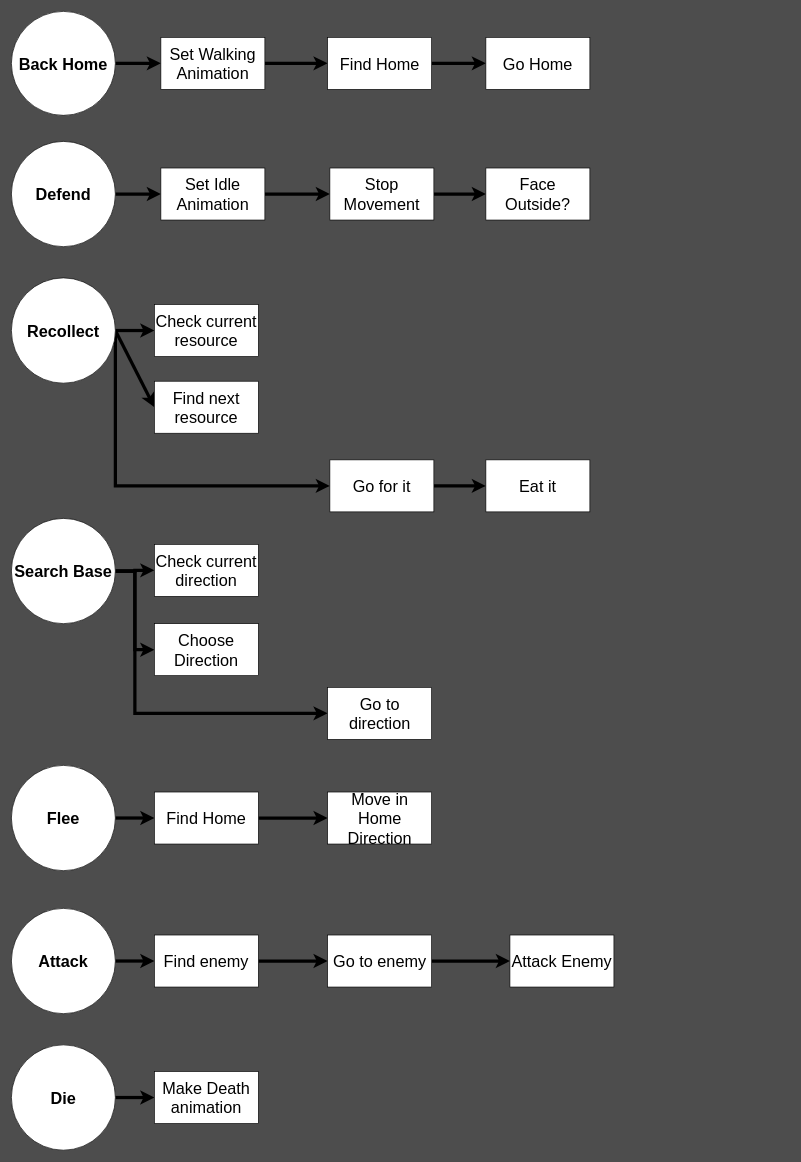
The draw.io diagram page "Actions" (3 of 5) of Design/Ant.drawio in arturo101199/GardenBattle, before the edit. Source tidied: cells renumbered, new cells numbered last; positions are measured from the earlier drawing's top-left corner, leaving out a move shared by most shapes. Both pictures are drawn from the tidied source at 65%, with x=0, y=0 at pixel (11, 11).
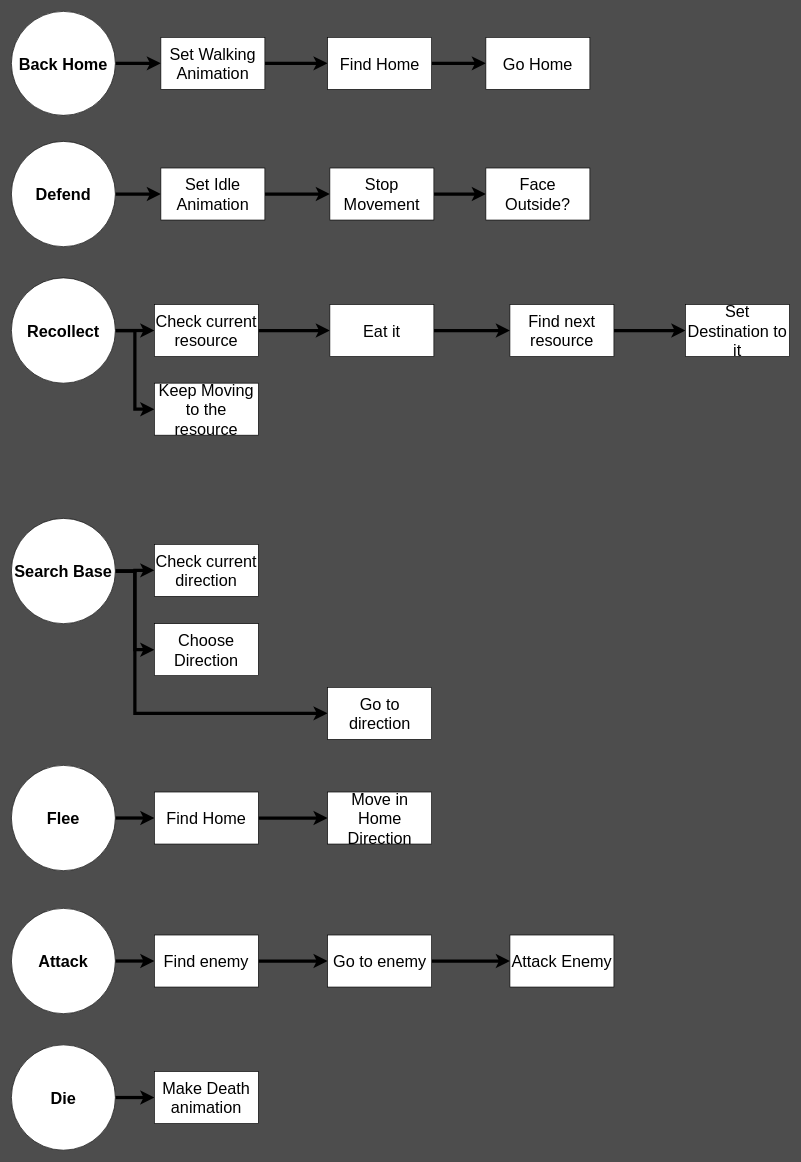
The same page after the edit.

Unchanged cells that the change refers to:
```xml
<mxCell id="19" value="&lt;font style=&quot;font-size: 25px&quot;&gt;&lt;b&gt;Recollect&lt;br&gt;&lt;/b&gt;&lt;/font&gt;" style="ellipse;whiteSpace=wrap;html=1;" parent="1" vertex="1">
  <mxGeometry y="410" width="160" height="162" as="geometry" />
</mxCell>
<mxCell id="24" value="&lt;font style=&quot;font-size: 25px&quot;&gt;Check current resource&lt;/font&gt;" style="rounded=0;whiteSpace=wrap;html=1;" parent="1" vertex="1">
  <mxGeometry x="220" y="451" width="160" height="80" as="geometry" />
</mxCell>
```

Diff of the diagram source:
```diff
@@
-    <mxCell id="17" style="rounded=0;jettySize=auto;html=1;exitX=1;exitY=0.5;exitDx=0;exitDy=0;entryX=0;entryY=0.5;entryDx=0;entryDy=0;strokeWidth=5;" parent="1" edge="1" source="19" target="20">
-      <mxGeometry relative="1" as="geometry" />
-    </mxCell>
-    <mxCell id="18" style="rounded=0;jettySize=auto;html=1;exitX=1;exitY=0.5;exitDx=0;exitDy=0;entryX=0;entryY=0.5;entryDx=0;entryDy=0;strokeWidth=5;edgeStyle=orthogonalEdgeStyle;" parent="1" edge="1" source="19" target="22">
-      <mxGeometry relative="1" as="geometry">
-        <Array as="points">
-          <mxPoint x="160" y="730" />
-        </Array>
-      </mxGeometry>
-    </mxCell>
+    <mxCell id="47" style="edgeStyle=orthogonalEdgeStyle;rounded=0;jettySize=auto;html=1;exitX=1;exitY=0.5;exitDx=0;exitDy=0;entryX=0;entryY=0.5;entryDx=0;entryDy=0;strokeWidth=5;" parent="1" edge="1" source="19" target="50">
+      <mxGeometry relative="1" as="geometry" />
+    </mxCell>
@@
+    <mxCell id="48" style="edgeStyle=orthogonalEdgeStyle;rounded=0;jettySize=auto;html=1;exitX=1;exitY=0.5;exitDx=0;exitDy=0;entryX=0;entryY=0.5;entryDx=0;entryDy=0;strokeWidth=5;" parent="1" edge="1" source="20" target="22">
+      <mxGeometry relative="1" as="geometry" />
+    </mxCell>
     <mxCell id="20" value="&lt;font style=&quot;font-size: 25px&quot;&gt;Find next resource&lt;/font&gt;" style="rounded=0;whiteSpace=wrap;html=1;" parent="1" vertex="1">
-      <mxGeometry x="220" y="569" width="160" height="80" as="geometry" />
+      <mxGeometry x="767" y="451" width="160" height="80" as="geometry" />
     </mxCell>
-    <mxCell id="21" style="edgeStyle=orthogonalEdgeStyle;rounded=0;jettySize=auto;html=1;exitX=1;exitY=0.5;exitDx=0;exitDy=0;entryX=0;entryY=0.5;entryDx=0;entryDy=0;strokeWidth=5;" parent="1" edge="1" source="22" target="23">
+    <mxCell id="21" style="edgeStyle=orthogonalEdgeStyle;rounded=0;jettySize=auto;html=1;exitX=1;exitY=0.5;exitDx=0;exitDy=0;entryX=0;entryY=0.5;entryDx=0;entryDy=0;strokeWidth=5;" parent="1" edge="1" source="24" target="23">
       <mxGeometry relative="1" as="geometry" />
     </mxCell>
-    <mxCell id="22" value="&lt;font style=&quot;font-size: 25px&quot;&gt;Go for it&lt;/font&gt;" style="rounded=0;whiteSpace=wrap;html=1;" parent="1" vertex="1">
-      <mxGeometry x="490" y="690" width="160" height="80" as="geometry" />
+    <mxCell id="22" value="&lt;font style=&quot;font-size: 25px&quot;&gt;Set Destination to it&lt;br&gt;&lt;/font&gt;" style="rounded=0;whiteSpace=wrap;html=1;" parent="1" vertex="1">
+      <mxGeometry x="1037" y="451" width="160" height="80" as="geometry" />
     </mxCell>
+    <mxCell id="49" style="edgeStyle=orthogonalEdgeStyle;rounded=0;jettySize=auto;html=1;exitX=1;exitY=0.5;exitDx=0;exitDy=0;entryX=0;entryY=0.5;entryDx=0;entryDy=0;strokeWidth=5;" parent="1" edge="1" source="23" target="20">
+      <mxGeometry relative="1" as="geometry" />
+    </mxCell>
     <mxCell id="23" value="&lt;span style=&quot;font-size: 25px&quot;&gt;Eat it&lt;/span&gt;" style="rounded=0;whiteSpace=wrap;html=1;" parent="1" vertex="1">
-      <mxGeometry x="730" y="690" width="160" height="80" as="geometry" />
+      <mxGeometry x="490" y="451" width="160" height="80" as="geometry" />
     </mxCell>
@@
+    <mxCell id="50" value="&lt;font style=&quot;font-size: 25px&quot;&gt;Keep Moving to the resource&lt;/font&gt;" style="rounded=0;whiteSpace=wrap;html=1;" parent="1" vertex="1">
+      <mxGeometry x="220" y="572" width="160" height="80" as="geometry" />
+    </mxCell>
```
